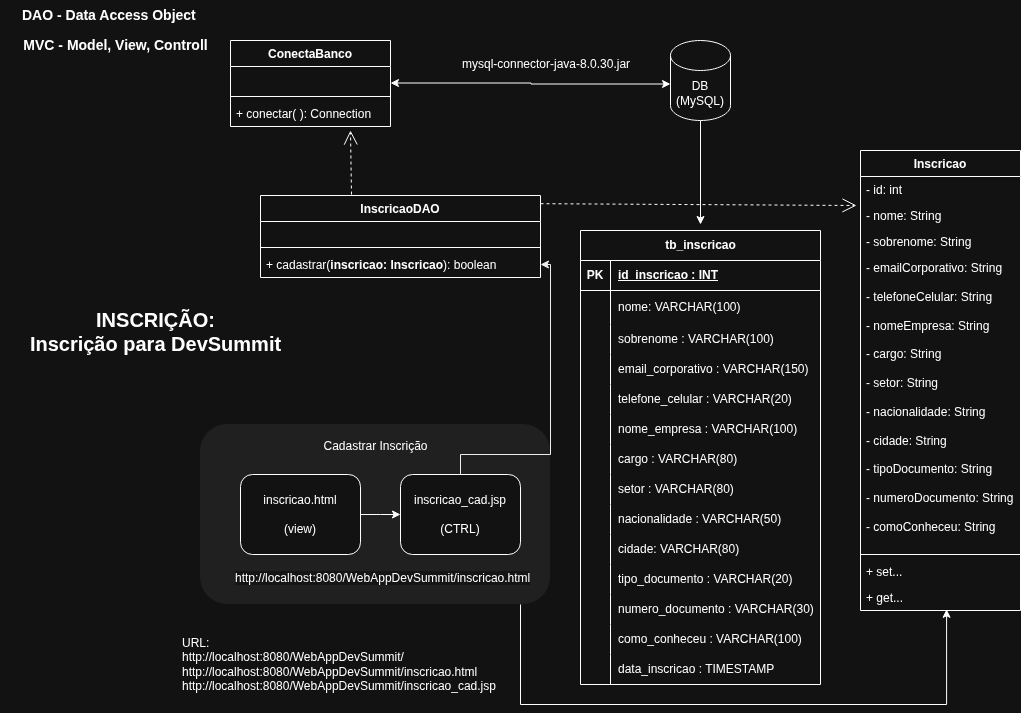
daniilocl/WebAppDevSummit keeps this draw.io diagram as docs/arquitetura.png. Above is the earlier version. Source tidied: cells renumbered, new cells last; positions are measured from the earlier drawing's top-left corner, leaving out a move shared by most shapes.
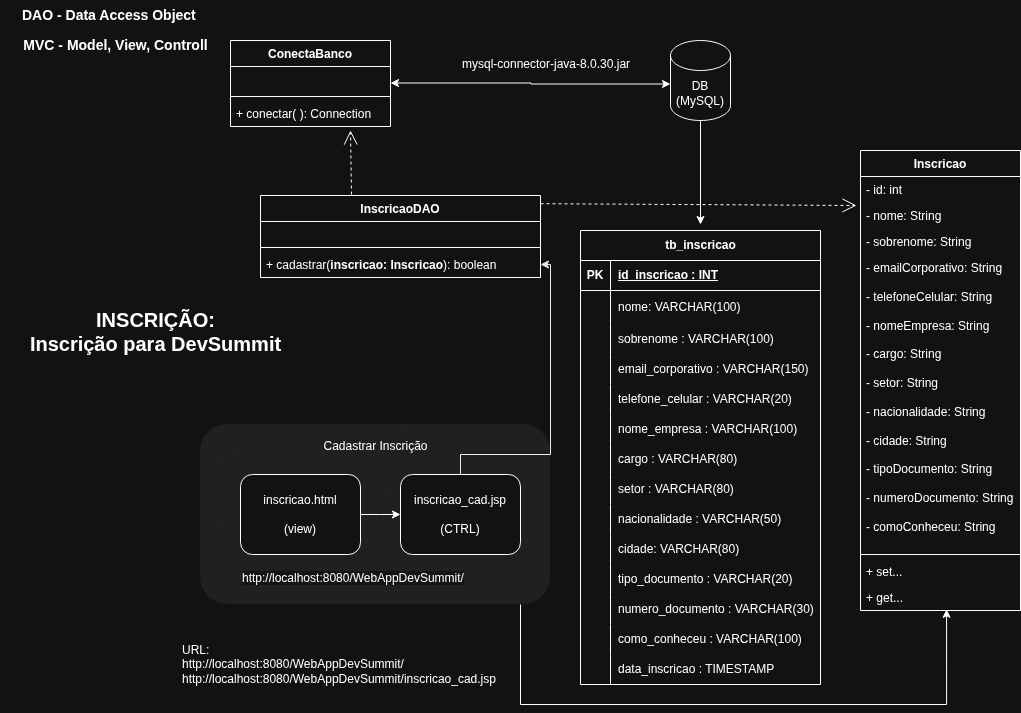
After the change.

Diff of the diagram source:
```diff
@@ -79,7 +79,7 @@
         <mxPoint x="670" y="83.5" as="targetPoint" />
       </mxGeometry>
     </mxCell>
-    <mxCell id="25" value="&lt;div&gt;URL:&lt;/div&gt;&lt;div&gt;http://localhost:8080/WebAppDevSummit/&lt;/div&gt;&lt;div&gt;http://localhost:8080/WebAppDevSummit/inscricao.html&lt;/div&gt;&lt;div&gt;http://localhost:8080/WebAppDevSummit/inscricao_cad.jsp&lt;/div&gt;" style="text;html=1;align=left;verticalAlign=middle;whiteSpace=wrap;rounded=0;" parent="1" vertex="1">
+    <mxCell id="25" value="&lt;div&gt;URL:&lt;/div&gt;&lt;div&gt;http://localhost:8080/WebAppDevSummit/&lt;/div&gt;&lt;div&gt;http://localhost:8080/WebAppDevSummit/inscricao_cad.jsp&lt;/div&gt;" style="text;html=1;align=left;verticalAlign=middle;whiteSpace=wrap;rounded=0;" parent="1" vertex="1">
       <mxGeometry x="180" y="624" width="570" height="80" as="geometry" />
     </mxCell>
     <mxCell id="26" style="rounded=1;whiteSpace=wrap;html=1;fillColor=#eeeeee;strokeColor=none;" parent="1" vertex="1">
@@ -99,8 +99,8 @@
     <mxCell id="29" value="inscricao_cad.jsp&lt;div&gt;&lt;br&gt;&lt;/div&gt;&lt;div&gt;(CTRL)&lt;/div&gt;" style="rounded=1;whiteSpace=wrap;html=1;" parent="1" vertex="1">
       <mxGeometry x="400" y="474" width="120" height="80" as="geometry" />
     </mxCell>
-    <mxCell id="30" value="&lt;span style=&quot;font-family: Helvetica; font-size: 12px; font-style: normal; font-variant-ligatures: normal; font-variant-caps: normal; font-weight: 400; letter-spacing: normal; orphans: 2; text-align: left; text-indent: 0px; text-transform: none; widows: 2; word-spacing: 0px; -webkit-text-stroke-width: 0px; white-space: normal; background-color: rgb(251, 251, 251); text-decoration-thickness: initial; text-decoration-style: initial; text-decoration-color: initial; float: none; color: light-dark(rgb(0, 0, 204), rgb(255, 255, 255)); display: inline !important;&quot;&gt;http://localhost:8080/WebAppDevSummit/inscricao.html&lt;/span&gt;" style="text;whiteSpace=wrap;html=1;" parent="1" vertex="1">
-      <mxGeometry x="233" y="564" width="327" height="40" as="geometry" />
+    <mxCell id="30" value="&lt;span style=&quot;font-family: Helvetica; font-size: 12px; font-style: normal; font-variant-ligatures: normal; font-variant-caps: normal; font-weight: 400; letter-spacing: normal; orphans: 2; text-align: left; text-indent: 0px; text-transform: none; widows: 2; word-spacing: 0px; -webkit-text-stroke-width: 0px; white-space: normal; background-color: rgb(251, 251, 251); text-decoration-thickness: initial; text-decoration-style: initial; text-decoration-color: initial; float: none; color: light-dark(rgb(0, 0, 204), rgb(255, 255, 255)); display: inline !important;&quot;&gt;http://localhost:8080/WebAppDevSummit/&lt;/span&gt;" style="text;whiteSpace=wrap;html=1;" parent="1" vertex="1">
+      <mxGeometry x="240" y="564" width="327" height="40" as="geometry" />
     </mxCell>
     <mxCell id="31" value="Cadastrar Inscrição" style="text;html=1;align=center;verticalAlign=middle;whiteSpace=wrap;rounded=0;" parent="1" vertex="1">
       <mxGeometry x="318.5" y="431" width="113" height="30" as="geometry" />
```
